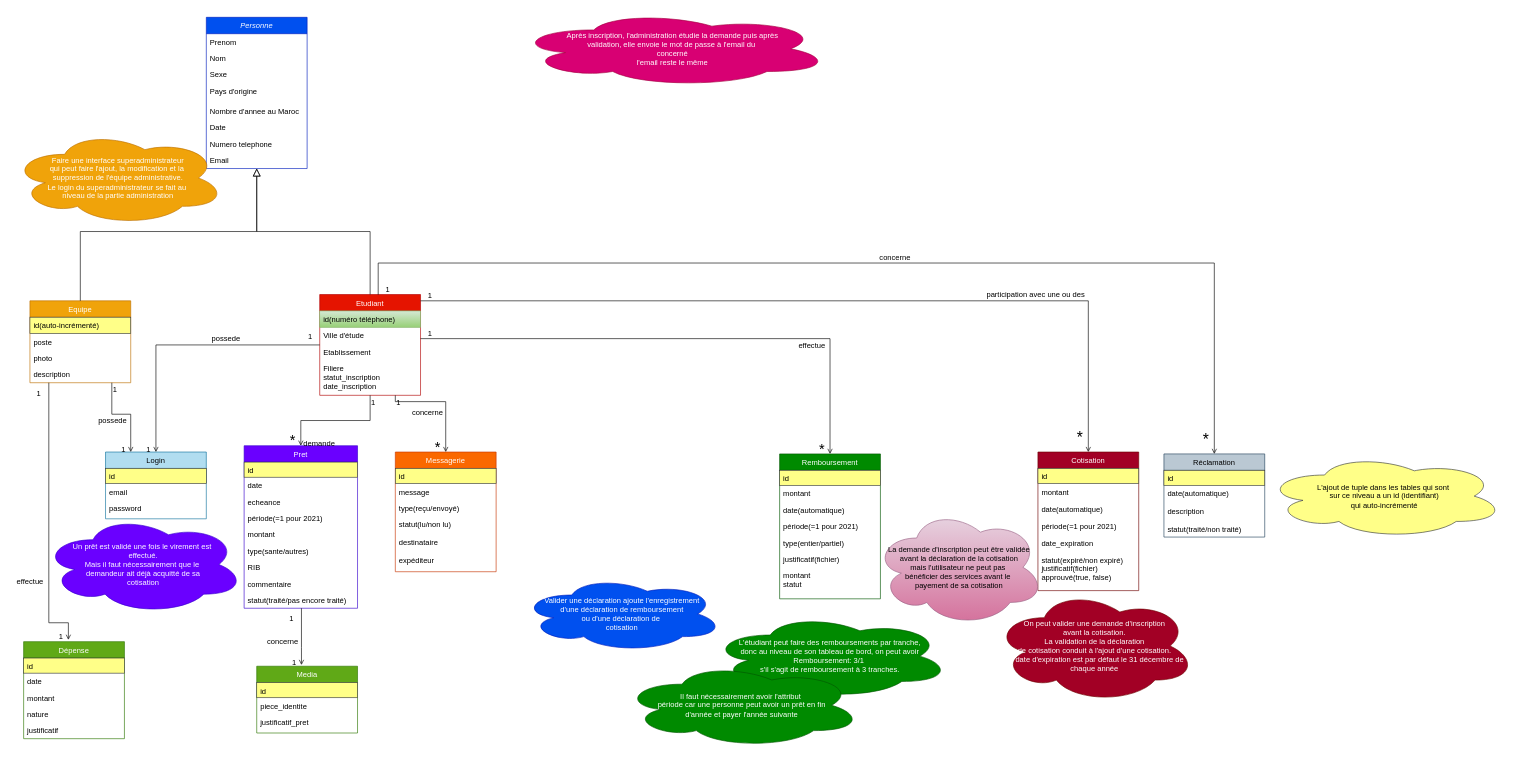
Above: page "Page-1" (1 of 2) of draw.drawio in ambou-97/Sutura (draw.io), before the change. Source tidied: cells renumbered, new cells numbered last; positions are measured from the earlier drawing's top-left corner, leaving out a move shared by most shapes. Both pictures are drawn from the tidied source at 63%, with x=0, y=0 at pixel (11, 11).
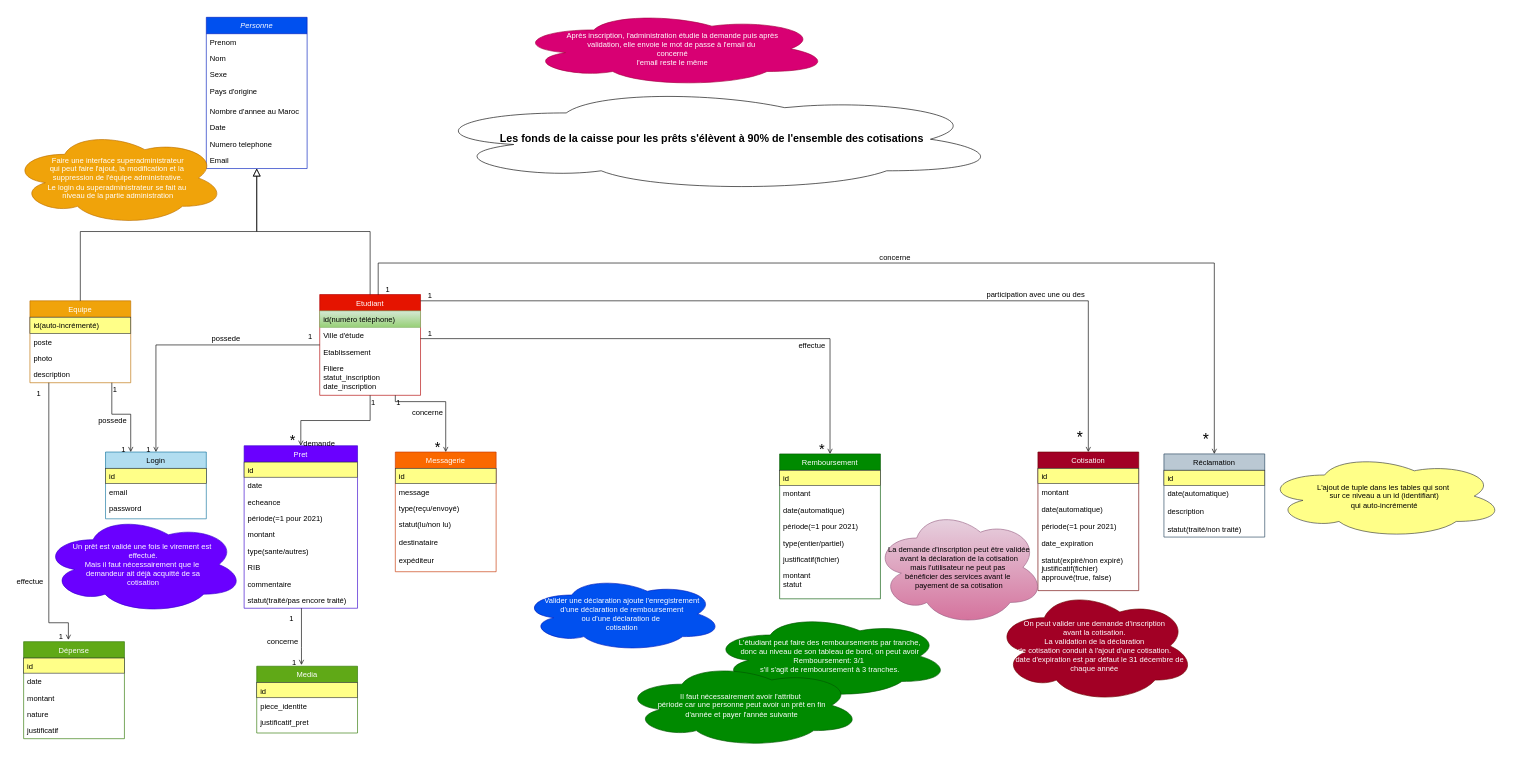
The same page after the edit.

Change to the diagram source:
```diff
@@
+    <mxCell id="119" value="&lt;font size=&quot;1&quot;&gt;&lt;b style=&quot;font-size: 17px&quot;&gt;Les fonds de la caisse pour les prêts s'élèvent à 90% de l'ensemble des cotisations&lt;/b&gt;&lt;/font&gt;" style="ellipse;shape=cloud;whiteSpace=wrap;html=1;" parent="1" vertex="1">
+      <mxGeometry x="650" y="120" width="925" height="167" as="geometry" />
+    </mxCell>
```
